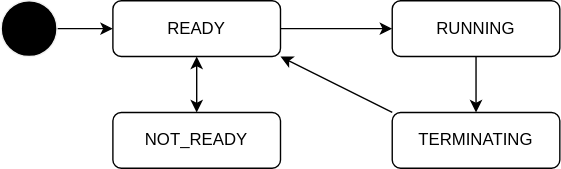
Earlier version of the draw.io export pr-7/design/autoware-interfaces/ad-api/features/launcher-state.drawio.svg (tier4/autoware-documentation). Source tidied: cells renumbered, new cells last; positions are measured from the earlier drawing's top-left corner, leaving out a move shared by most shapes. Its diagram source:
```xml
<mxGraphModel>
  <root>
    <mxCell id="0" />
    <mxCell id="1" parent="0" />
    <mxCell id="2" style="edgeStyle=none;html=1;" parent="1" edge="1" source="3" target="6">
      <mxGeometry relative="1" as="geometry" />
    </mxCell>
    <mxCell id="3" style="shape=ellipse;html=1;fillColor=#000000;fontSize=18;fontColor=#ffffff;strokeColor=#F0F0F0;" parent="1" vertex="1">
      <mxGeometry width="40" height="40" as="geometry" />
    </mxCell>
    <mxCell id="4" style="edgeStyle=none;html=1;startArrow=classic;startFill=1;" parent="1" edge="1" source="6" target="7">
      <mxGeometry relative="1" as="geometry" />
    </mxCell>
    <mxCell id="5" style="edgeStyle=none;html=1;exitX=1;exitY=0.5;exitDx=0;exitDy=0;" parent="1" edge="1" source="6" target="11">
      <mxGeometry relative="1" as="geometry" />
    </mxCell>
    <mxCell id="6" value="READY" style="rounded=1;whiteSpace=wrap;html=1;" parent="1" vertex="1">
      <mxGeometry x="80" width="120" height="40" as="geometry" />
    </mxCell>
    <mxCell id="7" value="&lt;span&gt;NOT_READY&lt;/span&gt;" style="rounded=1;whiteSpace=wrap;html=1;" parent="1" vertex="1">
      <mxGeometry x="80" y="80" width="120" height="40" as="geometry" />
    </mxCell>
    <mxCell id="8" style="edgeStyle=none;html=1;exitX=0;exitY=0;exitDx=0;exitDy=0;entryX=1;entryY=1;entryDx=0;entryDy=0;" parent="1" edge="1" source="9" target="6">
      <mxGeometry relative="1" as="geometry" />
    </mxCell>
    <mxCell id="9" value="TERMINATING" style="rounded=1;whiteSpace=wrap;html=1;" parent="1" vertex="1">
      <mxGeometry x="280" y="80" width="120" height="40" as="geometry" />
    </mxCell>
    <mxCell id="10" style="edgeStyle=none;html=1;" parent="1" edge="1" source="11" target="9">
      <mxGeometry relative="1" as="geometry" />
    </mxCell>
    <mxCell id="11" value="RUNNING" style="rounded=1;whiteSpace=wrap;html=1;" parent="1" vertex="1">
      <mxGeometry x="280" width="120" height="40" as="geometry" />
    </mxCell>
  </root>
</mxGraphModel>
```
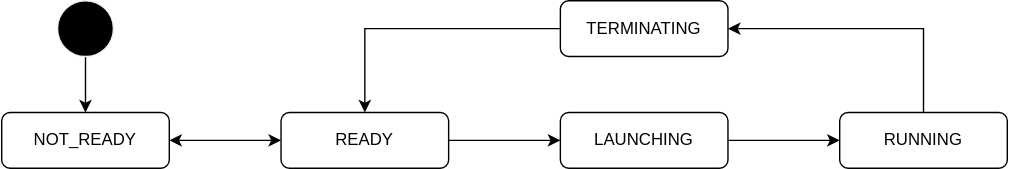
Above is the later version.

Change to the diagram source:
```diff
@@ -2,12 +2,6 @@
   <root>
     <mxCell id="0" />
     <mxCell id="1" parent="0" />
-    <mxCell id="2" style="edgeStyle=none;html=1;" parent="1" edge="1" source="3" target="6">
-      <mxGeometry relative="1" as="geometry" />
-    </mxCell>
-    <mxCell id="3" style="shape=ellipse;html=1;fillColor=#000000;fontSize=18;fontColor=#ffffff;strokeColor=#F0F0F0;" parent="1" vertex="1">
-      <mxGeometry width="40" height="40" as="geometry" />
-    </mxCell>
     <mxCell id="4" style="edgeStyle=none;html=1;startArrow=classic;startFill=1;" parent="1" edge="1" source="6" target="7">
       <mxGeometry relative="1" as="geometry" />
     </mxCell>
@@ -17,20 +11,36 @@
     <mxCell id="6" value="READY" style="rounded=1;whiteSpace=wrap;html=1;" parent="1" vertex="1">
       <mxGeometry x="80" width="120" height="40" as="geometry" />
     </mxCell>
-    <mxCell id="7" value="&lt;span&gt;NOT_READY&lt;/span&gt;" style="rounded=1;whiteSpace=wrap;html=1;" parent="1" vertex="1">
-      <mxGeometry x="80" y="80" width="120" height="40" as="geometry" />
-    </mxCell>
-    <mxCell id="8" style="edgeStyle=none;html=1;exitX=0;exitY=0;exitDx=0;exitDy=0;entryX=1;entryY=1;entryDx=0;entryDy=0;" parent="1" edge="1" source="9" target="6">
+    <mxCell id="8" style="edgeStyle=orthogonalEdgeStyle;rounded=0;html=1;" parent="1" edge="1" source="9" target="6">
       <mxGeometry relative="1" as="geometry" />
     </mxCell>
     <mxCell id="9" value="TERMINATING" style="rounded=1;whiteSpace=wrap;html=1;" parent="1" vertex="1">
-      <mxGeometry x="280" y="80" width="120" height="40" as="geometry" />
+      <mxGeometry x="280" y="-80" width="120" height="40" as="geometry" />
     </mxCell>
-    <mxCell id="10" style="edgeStyle=none;html=1;" parent="1" edge="1" source="11" target="9">
-      <mxGeometry relative="1" as="geometry" />
-    </mxCell>
+    <mxCell id="12" style="edgeStyle=orthogonalEdgeStyle;rounded=0;html=1;" parent="1" edge="1" source="11" target="14">
+      <mxGeometry relative="1" as="geometry" />
+    </mxCell>
-    <mxCell id="11" value="RUNNING" style="rounded=1;whiteSpace=wrap;html=1;" parent="1" vertex="1">
+    <mxCell id="11" value="LAUNCHING" style="rounded=1;whiteSpace=wrap;html=1;" parent="1" vertex="1">
       <mxGeometry x="280" width="120" height="40" as="geometry" />
     </mxCell>
+    <mxCell id="13" style="edgeStyle=orthogonalEdgeStyle;rounded=0;html=1;" parent="1" edge="1" source="14" target="9">
+      <mxGeometry relative="1" as="geometry">
+        <Array as="points">
+          <mxPoint x="540" y="-60" />
+        </Array>
+      </mxGeometry>
+    </mxCell>
+    <mxCell id="14" value="RUNNING" style="rounded=1;whiteSpace=wrap;html=1;" parent="1" vertex="1">
+      <mxGeometry x="480" width="120" height="40" as="geometry" />
+    </mxCell>
+    <mxCell id="15" style="edgeStyle=none;rounded=0;html=1;" parent="1" edge="1" source="16" target="7">
+      <mxGeometry relative="1" as="geometry" />
+    </mxCell>
+    <mxCell id="16" style="shape=ellipse;html=1;fillColor=#000000;fontSize=18;fontColor=#ffffff;strokeColor=#F0F0F0;" parent="1" vertex="1">
+      <mxGeometry x="-80" y="-80" width="40" height="40" as="geometry" />
+    </mxCell>
+    <mxCell id="7" value="&lt;span&gt;NOT_READY&lt;/span&gt;" style="rounded=1;whiteSpace=wrap;html=1;" parent="1" vertex="1">
+      <mxGeometry x="-120" width="120" height="40" as="geometry" />
+    </mxCell>
   </root>
 </mxGraphModel>
```
